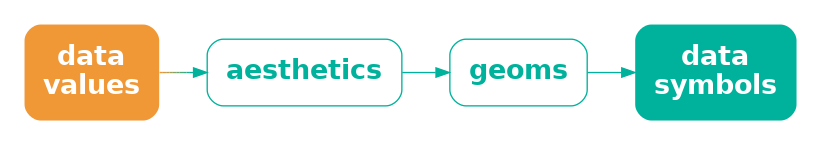
Before: Diagrams/data-aes-geom-sym.png, a diagram exported from Graphviz (pmur002/hdvw). Its source is kept beside it as Diagrams/data-aes-geom-sym.dot.
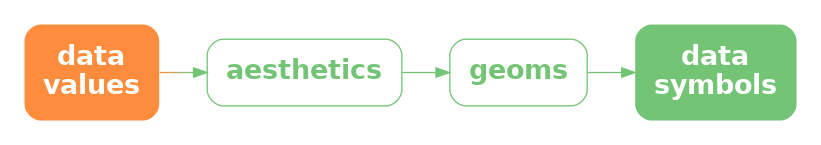
The same file after the commit.

What changed in the source:
```diff
@@ -1,12 +1,12 @@
 digraph {
   graph [ rankdir=LR; margin=.2; nodesep=.5 ];
   node [ fontsize=20; fontname="sans bold"; margin=.2 ];
-  data [ label="data\nvalues"; shape=box; style="filled, rounded"; penwidth=0; fontcolor=white; fillcolor="#F09736" ]
-  aes [ label="aesthetics"; shape=box; style=rounded; color="#00B19B"; fontcolor="#00B19B" ]
-  geom [ label="geoms"; shape=box; style=rounded; color="#00B19B"; fontcolor="#00B19B" ]
+  data [ label="data\nvalues"; shape=box; style="filled, rounded"; penwidth=0; fontcolor=white; fillcolor="#FD8D3C" ]
+  aes [ label="aesthetics"; shape=box; style=rounded; color="#74C476"; fontcolor="#74C476" ]
+  geom [ label="geoms"; shape=box; style=rounded; color="#74C476"; fontcolor="#74C476" ]
   sym [ label="data\nsymbols"; shape=box;
-     style="filled, rounded"; penwidth=0; fontcolor=white; fillcolor="#00B19B" ]
-  data -> aes [ color="#F09736;0.1:#D59A41;0.1:#BB9D4C;0.1:#A0A058;0.1:#85A363;0.1:#6BA56E;0.1:#50A879;0.1:#35AB85;0.1:#1BAE90;0.1:#00B19B;0.1" ]
-  aes -> geom [ color="#00B19B" ]
-  geom -> sym [ color="#00B19B" ]
+     style="filled, rounded"; penwidth=0; fontcolor=white; fillcolor="#74C476" ]
+  data -> aes [ color="#FD8D3C;0.1:#EE9342;0.1:#DF9949;0.1:#CF9F4F;0.1:#C0A556;0.1:#B1AC5C;0.1:#A2B263;0.1:#92B869;0.1:#83BE70;0.1:#74C476;0.1" ]
+  aes -> geom [ color="#74C476" ]
+  geom -> sym [ color="#74C476" ]
 }
```
